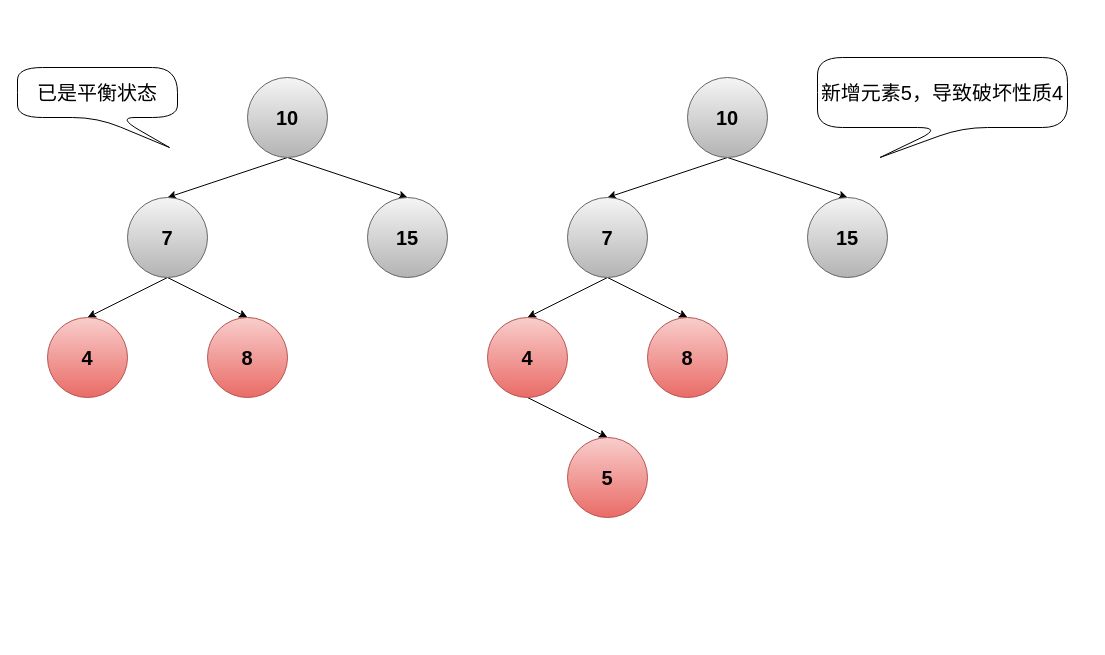
Above: page "第 2 页" (2 of 2) of typora/JavaSE/6 集合/drawio/HashMap/维护红黑树的平衡.drawio in LDChing0321/JavaLearn (draw.io), before the change. Source tidied: cells renumbered, new cells numbered last; positions are measured from the earlier drawing's top-left corner, leaving out a move shared by most shapes. Both pictures are drawn from the tidied source at 100%, with x=0, y=0 at pixel (17, 57).
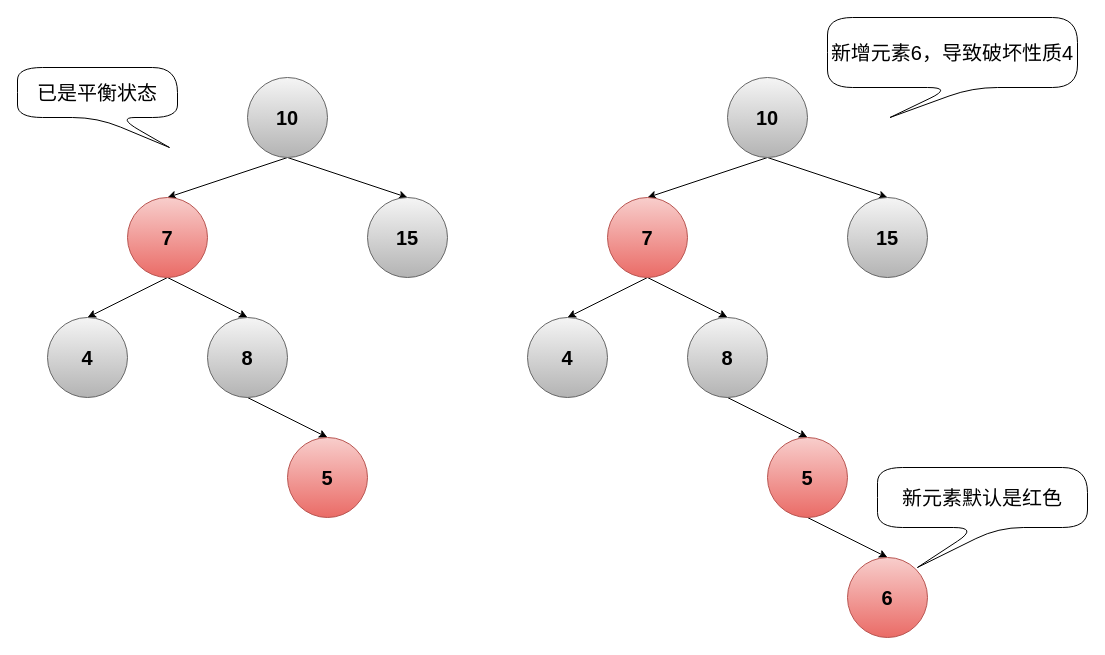
The same page after the edit.

Commit message:
更新维护红黑树的平衡.drawio

What changed in the source:
```diff
@@
-    <mxCell id="7" value="&lt;b style=&quot;font-size: 20px;&quot;&gt;7&lt;/b&gt;" style="ellipse;whiteSpace=wrap;html=1;fontSize=20;fillColor=#f5f5f5;gradientColor=#b3b3b3;strokeColor=#666666;" parent="1" vertex="1">
+    <mxCell id="7" value="&lt;b style=&quot;font-size: 20px;&quot;&gt;7&lt;/b&gt;" style="ellipse;whiteSpace=wrap;html=1;fontSize=20;fillColor=#f8cecc;strokeColor=#b85450;gradientColor=#ea6b66;" parent="1" vertex="1">
       <mxGeometry x="110" y="140" width="80" height="80" as="geometry" />
     </mxCell>
@@
-    <mxCell id="9" value="&lt;b style=&quot;font-size: 20px;&quot;&gt;4&lt;/b&gt;" style="ellipse;whiteSpace=wrap;html=1;fontSize=20;fillColor=#f8cecc;gradientColor=#ea6b66;strokeColor=#b85450;" parent="1" vertex="1">
+    <mxCell id="9" value="&lt;b style=&quot;font-size: 20px;&quot;&gt;4&lt;/b&gt;" style="ellipse;whiteSpace=wrap;html=1;fontSize=20;fillColor=#f5f5f5;gradientColor=#b3b3b3;strokeColor=#666666;" parent="1" vertex="1">
       <mxGeometry x="30" y="260" width="80" height="80" as="geometry" />
     </mxCell>
+    <mxCell id="24" style="edgeStyle=none;rounded=0;jettySize=auto;html=1;exitX=0.5;exitY=1;exitDx=0;exitDy=0;entryX=0.5;entryY=0;entryDx=0;entryDy=0;fontColor=#FFFFFF;" parent="1" edge="1" source="10" target="25">
+      <mxGeometry relative="1" as="geometry" />
+    </mxCell>
-    <mxCell id="10" value="&lt;b style=&quot;font-size: 20px;&quot;&gt;8&lt;/b&gt;" style="ellipse;whiteSpace=wrap;html=1;fontSize=20;fillColor=#f8cecc;gradientColor=#ea6b66;strokeColor=#b85450;" parent="1" vertex="1">
+    <mxCell id="10" value="&lt;b style=&quot;font-size: 20px;&quot;&gt;8&lt;/b&gt;" style="ellipse;whiteSpace=wrap;html=1;fontSize=20;fillColor=#f5f5f5;gradientColor=#b3b3b3;strokeColor=#666666;" parent="1" vertex="1">
       <mxGeometry x="190" y="260" width="80" height="80" as="geometry" />
     </mxCell>
+    <mxCell id="22" value="已是平衡状态" style="shape=callout;whiteSpace=wrap;html=1;perimeter=calloutPerimeter;fontSize=20;rounded=1;arcSize=50;position2=0.95;" parent="1" vertex="1">
+      <mxGeometry y="10" width="160" height="80" as="geometry" />
+    </mxCell>
+    <mxCell id="23" value="新增元素6，导致破坏性质4" style="shape=callout;whiteSpace=wrap;html=1;perimeter=calloutPerimeter;fontSize=20;rounded=1;arcSize=50;position2=0.25;" parent="1" vertex="1">
+      <mxGeometry x="810" y="-40" width="250" height="100" as="geometry" />
+    </mxCell>
+    <mxCell id="25" value="&lt;b style=&quot;font-size: 20px;&quot;&gt;5&lt;/b&gt;" style="ellipse;whiteSpace=wrap;html=1;fontSize=20;fillColor=#f8cecc;gradientColor=#ea6b66;strokeColor=#b85450;" parent="1" vertex="1">
+      <mxGeometry x="270" y="380" width="80" height="80" as="geometry" />
+    </mxCell>
@@
     <mxCell id="13" value="&lt;b style=&quot;font-size: 20px;&quot;&gt;10&lt;/b&gt;" style="ellipse;whiteSpace=wrap;html=1;fontSize=20;fillColor=#f5f5f5;gradientColor=#b3b3b3;strokeColor=#666666;" parent="1" vertex="1">
-      <mxGeometry x="670" y="20" width="80" height="80" as="geometry" />
+      <mxGeometry x="710" y="20" width="80" height="80" as="geometry" />
     </mxCell>
@@
-    <mxCell id="16" value="&lt;b style=&quot;font-size: 20px;&quot;&gt;7&lt;/b&gt;" style="ellipse;whiteSpace=wrap;html=1;fontSize=20;fillColor=#f5f5f5;gradientColor=#b3b3b3;strokeColor=#666666;" parent="1" vertex="1">
-      <mxGeometry x="550" y="140" width="80" height="80" as="geometry" />
+    <mxCell id="16" value="&lt;b style=&quot;font-size: 20px;&quot;&gt;7&lt;/b&gt;" style="ellipse;whiteSpace=wrap;html=1;fontSize=20;fillColor=#f8cecc;strokeColor=#b85450;gradientColor=#ea6b66;" parent="1" vertex="1">
+      <mxGeometry x="590" y="140" width="80" height="80" as="geometry" />
     </mxCell>
     <mxCell id="17" value="&lt;b style=&quot;font-size: 20px;&quot;&gt;15&lt;/b&gt;" style="ellipse;whiteSpace=wrap;html=1;fontSize=20;fillColor=#f5f5f5;gradientColor=#b3b3b3;strokeColor=#666666;" parent="1" vertex="1">
-      <mxGeometry x="790" y="140" width="80" height="80" as="geometry" />
+      <mxGeometry x="830" y="140" width="80" height="80" as="geometry" />
     </mxCell>
-    <mxCell id="18" style="edgeStyle=none;rounded=0;jettySize=auto;html=1;exitX=0.5;exitY=1;exitDx=0;exitDy=0;entryX=0.5;entryY=0;entryDx=0;entryDy=0;fontSize=20;" parent="1" edge="1" source="19" target="21">
-      <mxGeometry relative="1" as="geometry" />
-    </mxCell>
-    <mxCell id="19" value="&lt;b style=&quot;font-size: 20px;&quot;&gt;4&lt;/b&gt;" style="ellipse;whiteSpace=wrap;html=1;fontSize=20;fillColor=#f8cecc;gradientColor=#ea6b66;strokeColor=#b85450;" parent="1" vertex="1">
-      <mxGeometry x="470" y="260" width="80" height="80" as="geometry" />
+    <mxCell id="19" value="&lt;b style=&quot;font-size: 20px;&quot;&gt;4&lt;/b&gt;" style="ellipse;whiteSpace=wrap;html=1;fontSize=20;fillColor=#f5f5f5;gradientColor=#b3b3b3;strokeColor=#666666;" parent="1" vertex="1">
+      <mxGeometry x="510" y="260" width="80" height="80" as="geometry" />
     </mxCell>
+    <mxCell id="26" style="edgeStyle=none;rounded=0;jettySize=auto;html=1;exitX=0.5;exitY=1;exitDx=0;exitDy=0;entryX=0.5;entryY=0;entryDx=0;entryDy=0;fontColor=#FFFFFF;" parent="1" edge="1" source="20" target="28">
+      <mxGeometry relative="1" as="geometry" />
+    </mxCell>
-    <mxCell id="20" value="&lt;b style=&quot;font-size: 20px;&quot;&gt;8&lt;/b&gt;" style="ellipse;whiteSpace=wrap;html=1;fontSize=20;fillColor=#f8cecc;gradientColor=#ea6b66;strokeColor=#b85450;" parent="1" vertex="1">
-      <mxGeometry x="630" y="260" width="80" height="80" as="geometry" />
+    <mxCell id="20" value="&lt;b style=&quot;font-size: 20px;&quot;&gt;8&lt;/b&gt;" style="ellipse;whiteSpace=wrap;html=1;fontSize=20;fillColor=#f5f5f5;gradientColor=#b3b3b3;strokeColor=#666666;" parent="1" vertex="1">
+      <mxGeometry x="670" y="260" width="80" height="80" as="geometry" />
     </mxCell>
-    <mxCell id="21" value="&lt;b style=&quot;font-size: 20px;&quot;&gt;5&lt;/b&gt;" style="ellipse;whiteSpace=wrap;html=1;fontSize=20;fillColor=#f8cecc;gradientColor=#ea6b66;strokeColor=#b85450;" parent="1" vertex="1">
-      <mxGeometry x="550" y="380" width="80" height="80" as="geometry" />
-    </mxCell>
-    <mxCell id="22" value="已是平衡状态" style="shape=callout;whiteSpace=wrap;html=1;perimeter=calloutPerimeter;fontSize=20;rounded=1;arcSize=50;position2=0.95;" parent="1" vertex="1">
-      <mxGeometry y="10" width="160" height="80" as="geometry" />
-    </mxCell>
-    <mxCell id="23" value="新增元素5，导致破坏性质4" style="shape=callout;whiteSpace=wrap;html=1;perimeter=calloutPerimeter;fontSize=20;rounded=1;arcSize=50;position2=0.25;" parent="1" vertex="1">
-      <mxGeometry x="800" width="250" height="100" as="geometry" />
-    </mxCell>
+    <mxCell id="27" style="edgeStyle=none;rounded=0;jettySize=auto;html=1;exitX=0.5;exitY=1;exitDx=0;exitDy=0;entryX=0.5;entryY=0;entryDx=0;entryDy=0;fontColor=#FFFFFF;" parent="1" edge="1" source="28" target="29">
+      <mxGeometry relative="1" as="geometry" />
+    </mxCell>
+    <mxCell id="28" value="&lt;b style=&quot;font-size: 20px;&quot;&gt;5&lt;/b&gt;" style="ellipse;whiteSpace=wrap;html=1;fontSize=20;fillColor=#f8cecc;gradientColor=#ea6b66;strokeColor=#b85450;" parent="1" vertex="1">
+      <mxGeometry x="750" y="380" width="80" height="80" as="geometry" />
+    </mxCell>
+    <mxCell id="29" value="&lt;b style=&quot;font-size: 20px;&quot;&gt;6&lt;/b&gt;" style="ellipse;whiteSpace=wrap;html=1;fontSize=20;fillColor=#f8cecc;gradientColor=#ea6b66;strokeColor=#b85450;" parent="1" vertex="1">
+      <mxGeometry x="830" y="500" width="80" height="80" as="geometry" />
+    </mxCell>
+    <mxCell id="30" value="新元素默认是红色" style="shape=callout;whiteSpace=wrap;html=1;perimeter=calloutPerimeter;fontSize=20;rounded=1;arcSize=50;position2=0.19;size=40;position=0.48;" parent="1" vertex="1">
+      <mxGeometry x="860" y="410" width="210" height="100" as="geometry" />
+    </mxCell>
```
